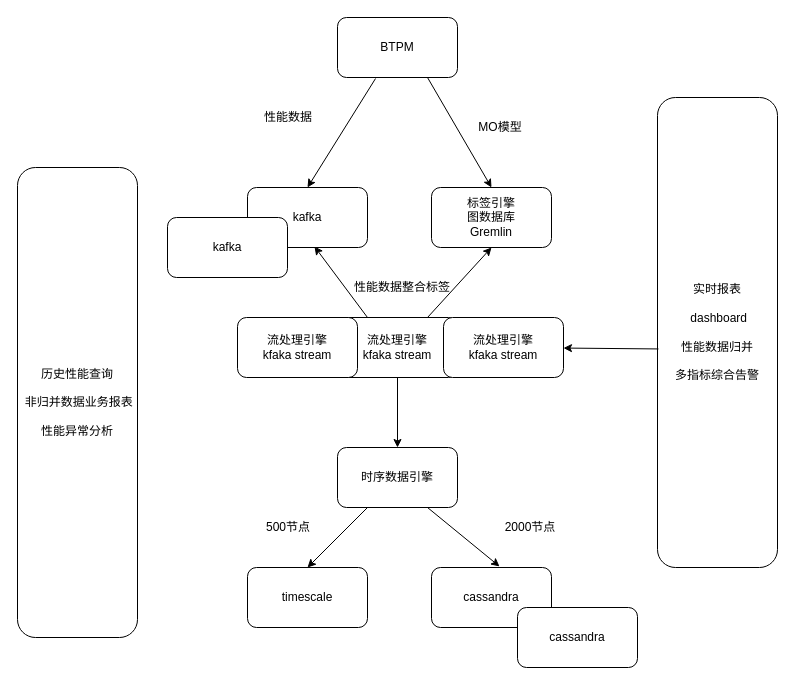
Earlier version of the draw.io diagram Untitled Diagram.drawio (haochen21/image). Source tidied: cells renumbered, new cells numbered last; positions are measured from the earlier drawing's top-left corner, leaving out a move shared by most shapes. Both pictures are drawn from the tidied source at 100%, with x=0, y=0 at pixel (17, 17).
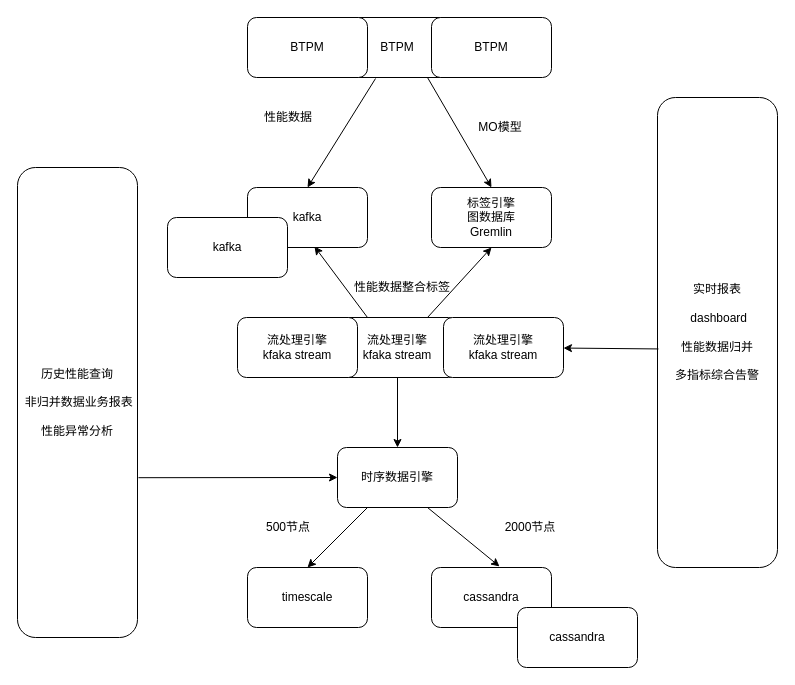
The same diagram, later.

The change refers to these unchanged cells:
```xml
<mxCell id="2" value="时序数据引擎" style="rounded=1;whiteSpace=wrap;html=1;" parent="1" vertex="1">
  <mxGeometry x="320" y="430" width="120" height="60" as="geometry" />
</mxCell>
<mxCell id="26" value="历史性能查询&lt;br&gt;&lt;br&gt;&amp;nbsp;非归并数据业务报表&lt;br&gt;&lt;br&gt;性能异常分析" style="rounded=1;whiteSpace=wrap;html=1;" parent="1" vertex="1">
  <mxGeometry y="150" width="120" height="470" as="geometry" />
</mxCell>
```

Change to the diagram source:
```diff
@@
+    <mxCell id="28" value="BTPM" style="rounded=1;whiteSpace=wrap;html=1;" parent="1" vertex="1">
+      <mxGeometry x="414" width="120" height="60" as="geometry" />
+    </mxCell>
+    <mxCell id="29" value="BTPM" style="rounded=1;whiteSpace=wrap;html=1;" parent="1" vertex="1">
+      <mxGeometry x="230" width="120" height="60" as="geometry" />
+    </mxCell>
+    <mxCell id="30" style="endArrow=classic;html=1;entryX=0;entryY=0.5;entryDx=0;entryDy=0;exitX=1.008;exitY=0.66;exitDx=0;exitDy=0;exitPerimeter=0;" parent="1" edge="1" source="26" target="2">
+      <mxGeometry relative="1" as="geometry" />
+    </mxCell>
```
